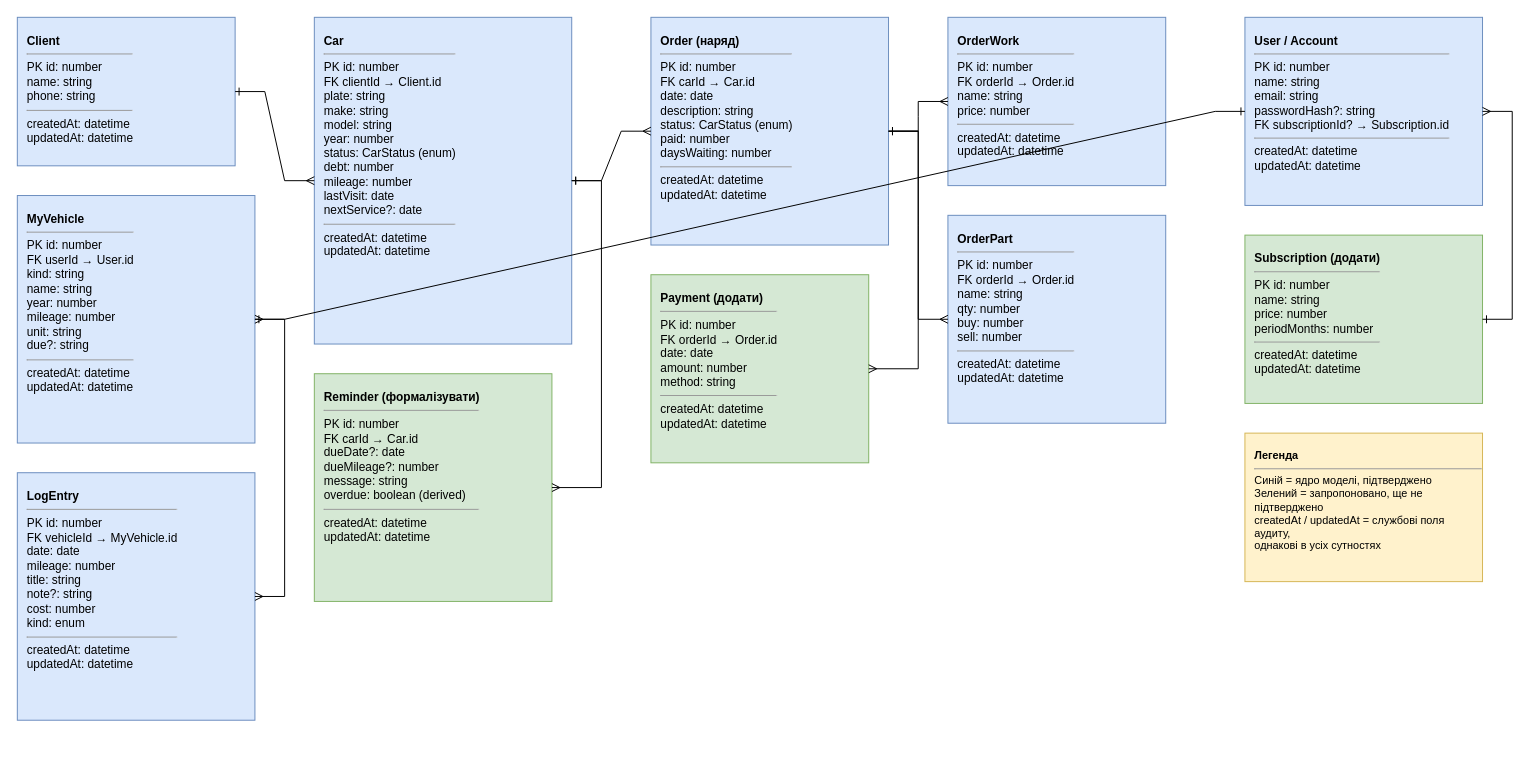
maksymkrat/GarageOS keeps this draw.io diagram as garage-erd.drawio. Above is the earlier version. Source tidied: cells renumbered, new cells numbered last; positions are measured from the earlier drawing's top-left corner, leaving out a move shared by most shapes. Both pictures are drawn from the tidied source at 99%, with x=0, y=0 at pixel (17, 17).
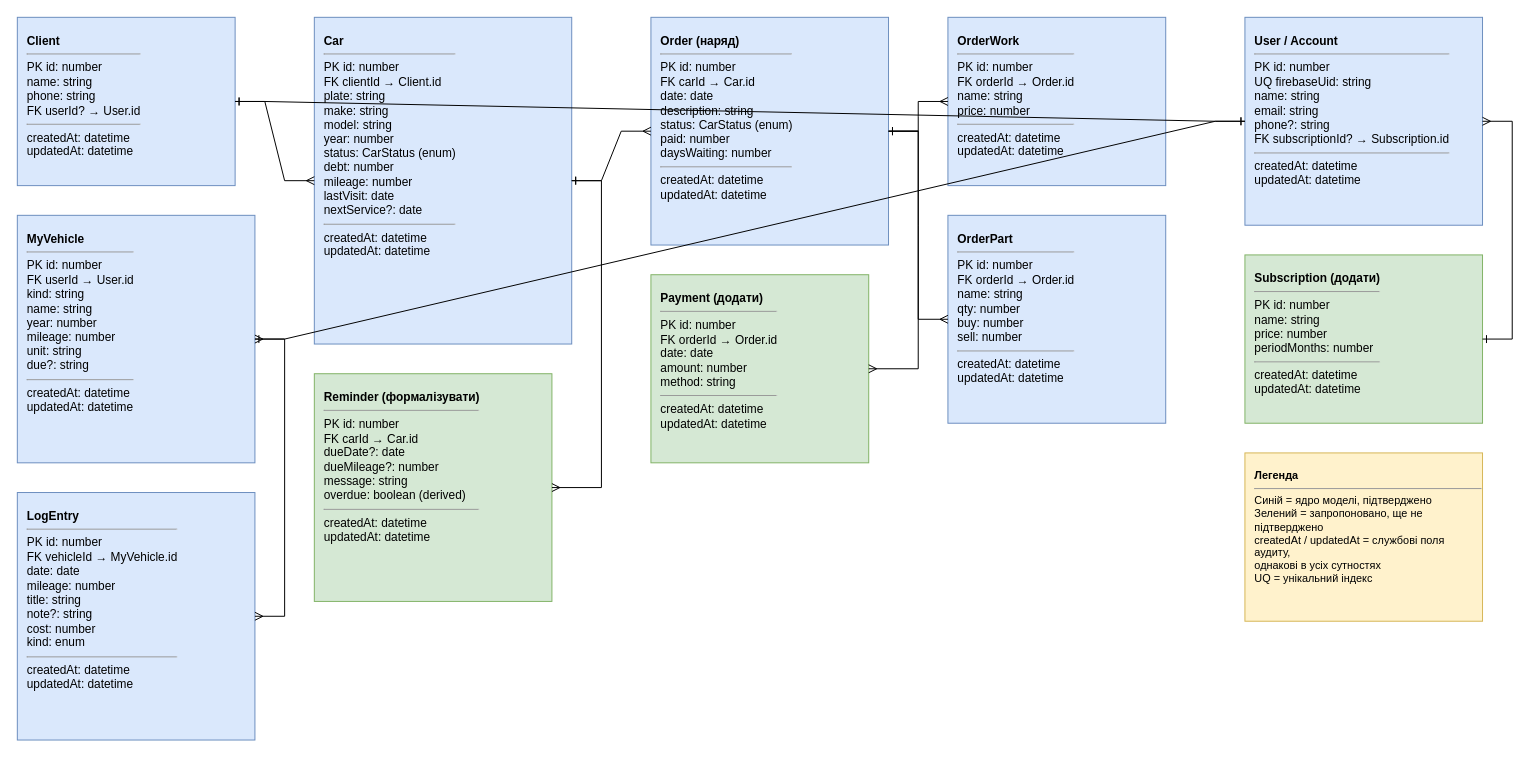
After the change.

Change to the diagram source:
```diff
@@
-    <mxCell id="2" value="&lt;b&gt;Client&lt;/b&gt;&lt;hr size=1&gt;PK id: number&lt;br&gt;name: string&lt;br&gt;phone: string&lt;hr size=1&gt;createdAt: datetime&lt;br&gt;updatedAt: datetime" style="rounded=0;whiteSpace=wrap;html=1;align=left;verticalAlign=top;spacingLeft=8;spacingTop=10;fontSize=12;fillColor=#dae8fc;strokeColor=#6c8ebf;" parent="1" vertex="1">
-      <mxGeometry width="220" height="150" as="geometry" />
+    <mxCell id="2" value="&lt;b&gt;Client&lt;/b&gt;&lt;hr size=1&gt;PK id: number&lt;br&gt;name: string&lt;br&gt;phone: string&lt;br&gt;FK userId? → User.id&lt;hr size=1&gt;createdAt: datetime&lt;br&gt;updatedAt: datetime" style="rounded=0;whiteSpace=wrap;html=1;align=left;verticalAlign=top;spacingLeft=8;spacingTop=10;fontSize=12;fillColor=#dae8fc;strokeColor=#6c8ebf;" parent="1" vertex="1">
+      <mxGeometry width="220" height="170" as="geometry" />
     </mxCell>
@@
     <mxCell id="9" value="&lt;b&gt;MyVehicle&lt;/b&gt;&lt;hr size=1&gt;PK id: number&lt;br&gt;FK userId → User.id&lt;br&gt;kind: string&lt;br&gt;name: string&lt;br&gt;year: number&lt;br&gt;mileage: number&lt;br&gt;unit: string&lt;br&gt;due?: string&lt;hr size=1&gt;createdAt: datetime&lt;br&gt;updatedAt: datetime" style="rounded=0;whiteSpace=wrap;html=1;align=left;verticalAlign=top;spacingLeft=8;spacingTop=10;fontSize=12;fillColor=#dae8fc;strokeColor=#6c8ebf;" parent="1" vertex="1">
-      <mxGeometry y="180" width="240" height="250" as="geometry" />
+      <mxGeometry y="200" width="240" height="250" as="geometry" />
     </mxCell>
     <mxCell id="10" value="&lt;b&gt;LogEntry&lt;/b&gt;&lt;hr size=1&gt;PK id: number&lt;br&gt;FK vehicleId → MyVehicle.id&lt;br&gt;date: date&lt;br&gt;mileage: number&lt;br&gt;title: string&lt;br&gt;note?: string&lt;br&gt;cost: number&lt;br&gt;kind: enum&lt;hr size=1&gt;createdAt: datetime&lt;br&gt;updatedAt: datetime" style="rounded=0;whiteSpace=wrap;html=1;align=left;verticalAlign=top;spacingLeft=8;spacingTop=10;fontSize=12;fillColor=#dae8fc;strokeColor=#6c8ebf;" parent="1" vertex="1">
-      <mxGeometry y="460" width="240" height="250" as="geometry" />
+      <mxGeometry y="480" width="240" height="250" as="geometry" />
     </mxCell>
-    <mxCell id="11" value="&lt;b&gt;User / Account&lt;/b&gt;&lt;hr size=1&gt;PK id: number&lt;br&gt;name: string&lt;br&gt;email: string&lt;br&gt;passwordHash?: string&lt;br&gt;FK subscriptionId? → Subscription.id&lt;hr size=1&gt;createdAt: datetime&lt;br&gt;updatedAt: datetime" style="rounded=0;whiteSpace=wrap;html=1;align=left;verticalAlign=top;spacingLeft=8;spacingTop=10;fontSize=12;fillColor=#dae8fc;strokeColor=#6c8ebf;" parent="1" vertex="1">
-      <mxGeometry x="1240" width="240" height="190" as="geometry" />
+    <mxCell id="11" value="&lt;b&gt;User / Account&lt;/b&gt;&lt;hr size=1&gt;PK id: number&lt;br&gt;UQ firebaseUid: string&lt;br&gt;name: string&lt;br&gt;email: string&lt;br&gt;phone?: string&lt;br&gt;FK subscriptionId? → Subscription.id&lt;hr size=1&gt;createdAt: datetime&lt;br&gt;updatedAt: datetime" style="rounded=0;whiteSpace=wrap;html=1;align=left;verticalAlign=top;spacingLeft=8;spacingTop=10;fontSize=12;fillColor=#dae8fc;strokeColor=#6c8ebf;" parent="1" vertex="1">
+      <mxGeometry x="1240" width="240" height="210" as="geometry" />
     </mxCell>
@@
     <mxCell id="20" value="&lt;b&gt;Subscription (додати)&lt;/b&gt;&lt;hr size=1&gt;PK id: number&lt;br&gt;name: string&lt;br&gt;price: number&lt;br&gt;periodMonths: number&lt;hr size=1&gt;createdAt: datetime&lt;br&gt;updatedAt: datetime" style="rounded=0;whiteSpace=wrap;html=1;align=left;verticalAlign=top;spacingLeft=8;spacingTop=10;fontSize=12;fillColor=#d5e8d4;strokeColor=#82b366;" parent="1" vertex="1">
-      <mxGeometry x="1240" y="220" width="240" height="170" as="geometry" />
+      <mxGeometry x="1240" y="240" width="240" height="170" as="geometry" />
     </mxCell>
@@
+    <mxCell id="23" style="edgeStyle=entityRelationEdgeStyle;rounded=0;html=1;startArrow=ERone;startFill=0;endArrow=ERone;endFill=0;fontSize=10;" parent="1" edge="1" source="11" target="2">
+      <mxGeometry relative="1" as="geometry" />
+    </mxCell>
-    <mxCell id="22" value="&lt;b&gt;Легенда&lt;/b&gt;&lt;hr size=1&gt;Синій = ядро моделі, підтверджено&lt;br&gt;Зелений = запропоновано, ще не підтверджено&lt;br&gt;createdAt / updatedAt = службові поля аудиту,&lt;br&gt;однакові в усіх сутностях" style="rounded=0;whiteSpace=wrap;html=1;align=left;verticalAlign=top;spacingLeft=8;spacingTop=10;fontSize=11;fillColor=#fff2cc;strokeColor=#d6b656;" parent="1" vertex="1">
-      <mxGeometry x="1240" y="420" width="240" height="150" as="geometry" />
+    <mxCell id="22" value="&lt;b&gt;Легенда&lt;/b&gt;&lt;hr size=1&gt;Синій = ядро моделі, підтверджено&lt;br&gt;Зелений = запропоновано, ще не підтверджено&lt;br&gt;createdAt / updatedAt = службові поля аудиту,&lt;br&gt;однакові в усіх сутностях&lt;br&gt;UQ = унікальний індекс" style="rounded=0;whiteSpace=wrap;html=1;align=left;verticalAlign=top;spacingLeft=8;spacingTop=10;fontSize=11;fillColor=#fff2cc;strokeColor=#d6b656;" parent="1" vertex="1">
+      <mxGeometry x="1240" y="440" width="240" height="170" as="geometry" />
     </mxCell>
```
